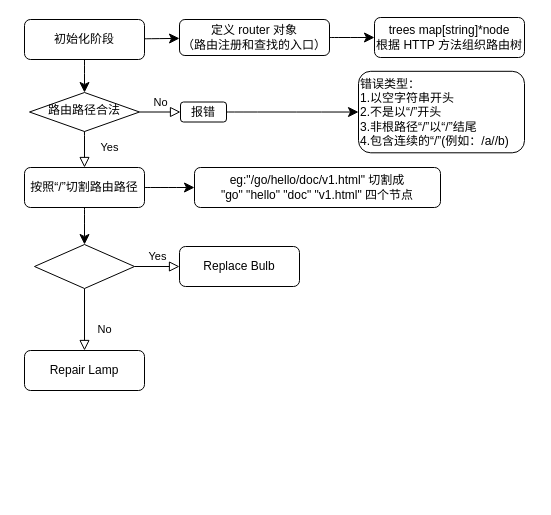
The draw.io diagram 未命名绘图.drawio in JoceHYJ/tomatoPaper, before the edit. Source tidied: cells renumbered, new cells numbered last; positions are measured from the earlier drawing's top-left corner, leaving out a move shared by most shapes. Both pictures are drawn from the tidied source at 100%, with x=0, y=0 at pixel (24, 17).
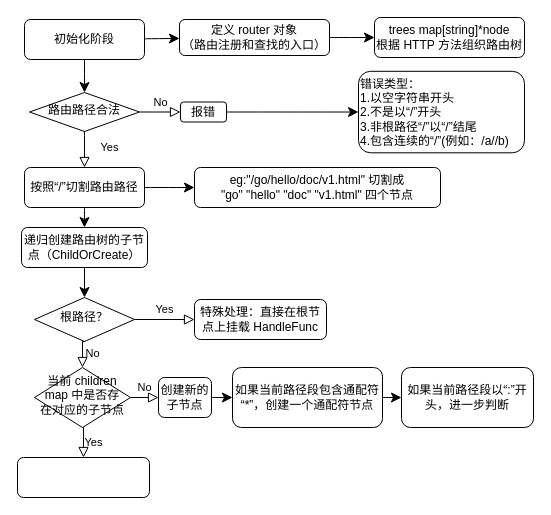
After the change.

Commit message:
更新未命名绘图.drawio

The change refers to these unchanged cells:
```xml
<mxCell id="21" value="按照“/”切割路由路径" style="rounded=1;whiteSpace=wrap;html=1;fontSize=12;glass=0;strokeWidth=1;shadow=0;" parent="1" vertex="1">
  <mxGeometry y="150" width="120" height="40" as="geometry" />
</mxCell>
```

What changed in the source:
```diff
@@
-    <mxCell id="10" value="No" style="rounded=0;html=1;jettySize=auto;fontSize=11;endArrow=block;endFill=0;endSize=8;strokeWidth=1;shadow=0;labelBackgroundColor=none;edgeStyle=orthogonalEdgeStyle;" parent="1" edge="1" source="12" target="13">
-      <mxGeometry x="0.33" y="20" relative="1" as="geometry" />
-    </mxCell>
@@
-    <mxCell id="12" style="rhombus;whiteSpace=wrap;html=1;shadow=0;fontFamily=Helvetica;fontSize=12;align=center;strokeWidth=1;spacing=6;spacingTop=-4;" parent="1" vertex="1">
-      <mxGeometry x="10" y="227" width="100" height="44" as="geometry" />
+    <mxCell id="12" value="根路径？" style="rhombus;whiteSpace=wrap;html=1;shadow=0;fontFamily=Helvetica;fontSize=12;align=center;strokeWidth=1;spacing=6;spacingTop=-4;" parent="1" vertex="1">
+      <mxGeometry x="10" y="280" width="100" height="44" as="geometry" />
     </mxCell>
-    <mxCell id="13" value="Repair Lamp" style="rounded=1;whiteSpace=wrap;html=1;fontSize=12;glass=0;strokeWidth=1;shadow=0;" parent="1" vertex="1">
-      <mxGeometry y="333" width="120" height="40" as="geometry" />
-    </mxCell>
-    <mxCell id="14" value="Replace Bulb" style="rounded=1;whiteSpace=wrap;html=1;fontSize=12;glass=0;strokeWidth=1;shadow=0;" parent="1" vertex="1">
-      <mxGeometry x="155" y="229" width="120" height="40" as="geometry" />
+    <mxCell id="14" value="特殊处理：直接在根节点上挂载 HandleFunc&lt;span class=&quot;eusoft-eudic-chrome-extension-translate-content&quot;&gt;&lt;/span&gt;" style="rounded=1;whiteSpace=wrap;html=1;fontSize=12;glass=0;strokeWidth=1;shadow=0;" parent="1" vertex="1">
+      <mxGeometry x="170" y="282" width="132" height="40" as="geometry" />
     </mxCell>
@@
-    <mxCell id="19" style="edgeStyle=none;curved=1;rounded=0;jettySize=auto;html=1;exitX=0.5;exitY=1;exitDx=0;exitDy=0;entryX=0.5;entryY=0;entryDx=0;entryDy=0;fontSize=12;startSize=8;endSize=8;" parent="1" edge="1" source="21" target="12">
-      <mxGeometry relative="1" as="geometry" />
-    </mxCell>
@@
+    <mxCell id="23" style="edgeStyle=none;curved=1;rounded=0;jettySize=auto;html=1;fontSize=12;startSize=8;endSize=8;" parent="1" edge="1" source="21" target="25">
+      <mxGeometry relative="1" as="geometry" />
+    </mxCell>
@@
+    <mxCell id="24" style="edgeStyle=none;curved=1;rounded=0;jettySize=auto;html=1;exitX=0.5;exitY=1;exitDx=0;exitDy=0;entryX=0.5;entryY=0;entryDx=0;entryDy=0;fontSize=12;startSize=8;endSize=8;" parent="1" edge="1" source="25" target="12">
+      <mxGeometry relative="1" as="geometry" />
+    </mxCell>
+    <mxCell id="25" value="递归创建路由树的子节点（ChildOrCreate）" style="whiteSpace=wrap;html=1;rounded=1;glass=0;strokeWidth=1;shadow=0;" parent="1" vertex="1">
+      <mxGeometry x="-3" y="210" width="126" height="40" as="geometry" />
+    </mxCell>
+    <mxCell id="26" value="当前 children map 中是否存在对应的子节点" style="rhombus;whiteSpace=wrap;html=1;shadow=0;fontFamily=Helvetica;fontSize=12;align=center;strokeWidth=1;spacing=6;spacingTop=-4;" parent="1" vertex="1">
+      <mxGeometry x="10" y="350" width="96" height="60" as="geometry" />
+    </mxCell>
+    <mxCell id="27" value="No" style="edgeStyle=orthogonalEdgeStyle;rounded=0;html=1;jettySize=auto;fontSize=11;endArrow=block;endFill=0;endSize=8;strokeWidth=1;shadow=0;labelBackgroundColor=none;exitX=0.5;exitY=1;exitDx=0;exitDy=0;entryX=0.5;entryY=0;entryDx=0;entryDy=0;" parent="1" edge="1" source="12" target="26">
+      <mxGeometry y="10" relative="1" as="geometry" />
+    </mxCell>
+    <mxCell id="28" value="Yes" style="edgeStyle=orthogonalEdgeStyle;rounded=0;html=1;jettySize=auto;fontSize=11;endArrow=block;endFill=0;endSize=8;strokeWidth=1;shadow=0;labelBackgroundColor=none;exitX=0.5;exitY=1;exitDx=0;exitDy=0;entryX=0.5;entryY=0;entryDx=0;entryDy=0;" parent="1" edge="1" source="26" target="29">
+      <mxGeometry y="10" relative="1" as="geometry" />
+    </mxCell>
+    <mxCell id="29" value="&lt;br&gt;&lt;span class=&quot;eusoft-eudic-chrome-extension-translate-content&quot;&gt;&lt;/span&gt;" style="rounded=1;whiteSpace=wrap;html=1;fontSize=12;glass=0;strokeWidth=1;shadow=0;" parent="1" vertex="1">
+      <mxGeometry x="-7" y="440" width="132" height="40" as="geometry" />
+    </mxCell>
+    <mxCell id="30" style="edgeStyle=none;curved=1;rounded=0;jettySize=auto;html=1;fontSize=12;startSize=8;endSize=8;" parent="1" edge="1" source="31" target="34">
+      <mxGeometry relative="1" as="geometry" />
+    </mxCell>
+    <mxCell id="31" value="创建新的子节点&lt;span class=&quot;eusoft-eudic-chrome-extension-translate-content&quot;&gt;&lt;/span&gt;" style="rounded=1;whiteSpace=wrap;html=1;fontSize=12;glass=0;strokeWidth=1;shadow=0;" parent="1" vertex="1">
+      <mxGeometry x="134" y="360" width="53" height="40" as="geometry" />
+    </mxCell>
+    <mxCell id="32" value="No" style="edgeStyle=orthogonalEdgeStyle;rounded=0;html=1;jettySize=auto;fontSize=11;endArrow=block;endFill=0;endSize=8;strokeWidth=1;shadow=0;labelBackgroundColor=none;exitX=1;exitY=0.5;exitDx=0;exitDy=0;entryX=0;entryY=0.5;entryDx=0;entryDy=0;" parent="1" edge="1" source="26" target="31">
+      <mxGeometry y="10" relative="1" as="geometry" />
+    </mxCell>
+    <mxCell id="33" style="edgeStyle=none;curved=1;rounded=0;jettySize=auto;html=1;fontSize=12;startSize=8;endSize=8;" parent="1" edge="1" source="34" target="35">
+      <mxGeometry relative="1" as="geometry" />
+    </mxCell>
+    <mxCell id="34" value="如果当前路径段包含通配符“*”，创建一个通配符节点" style="whiteSpace=wrap;html=1;rounded=1;glass=0;strokeWidth=1;shadow=0;" parent="1" vertex="1">
+      <mxGeometry x="208" y="350" width="150" height="60" as="geometry" />
+    </mxCell>
+    <mxCell id="35" value="如果当前路径段以“:”开头，进一步判断" style="whiteSpace=wrap;html=1;rounded=1;glass=0;strokeWidth=1;shadow=0;" parent="1" vertex="1">
+      <mxGeometry x="377" y="350" width="132" height="60" as="geometry" />
+    </mxCell>
```
